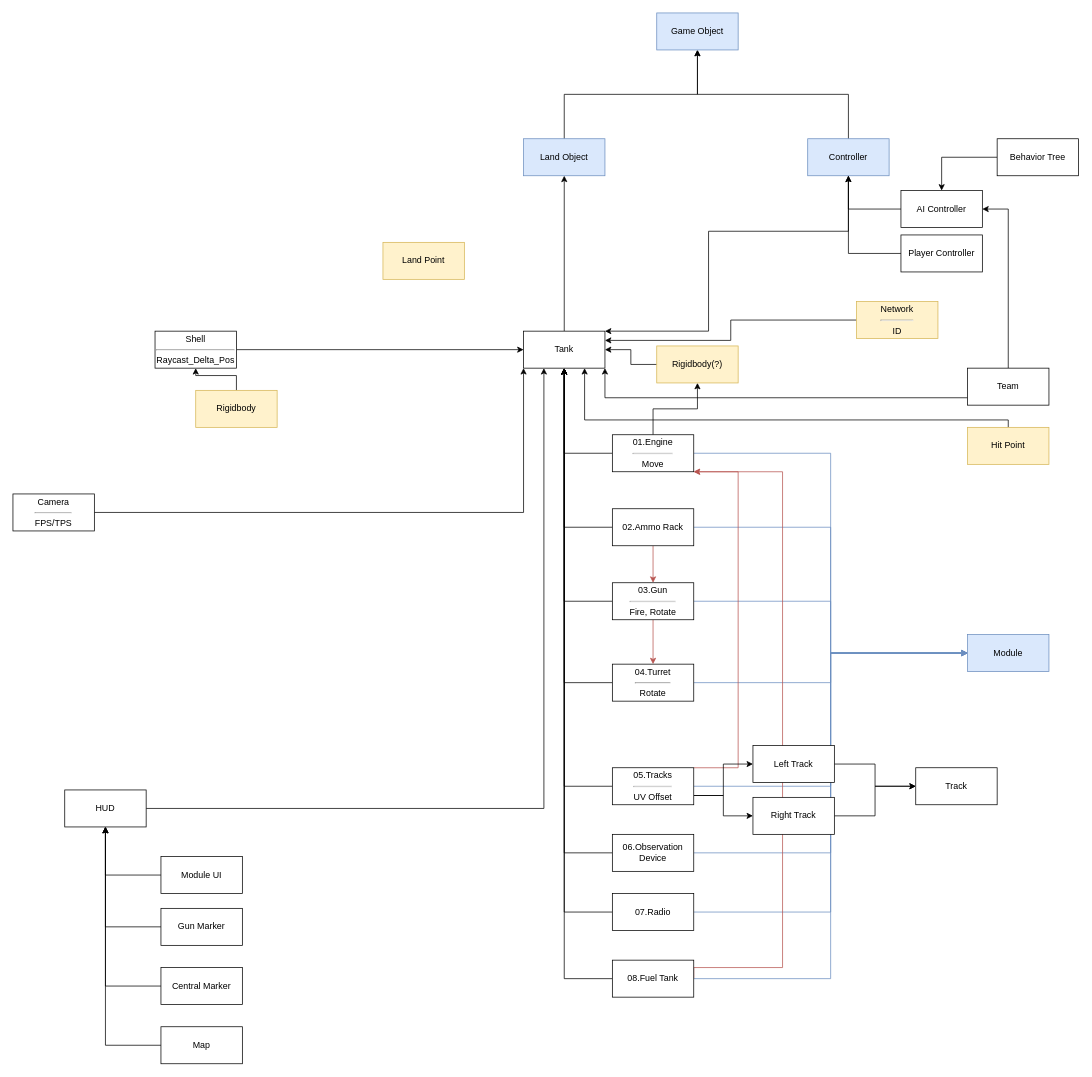
Above: Course/Month7_3D/World of Tank/World of Tank.drawio in nevido2042/JUSIN_STUDY (draw.io), before the change. Source tidied: cells renumbered, new cells numbered last; positions are measured from the earlier drawing's top-left corner, leaving out a move shared by most shapes. Both pictures are drawn from the tidied source at 74%, with x=0, y=0 at pixel (13, 13).
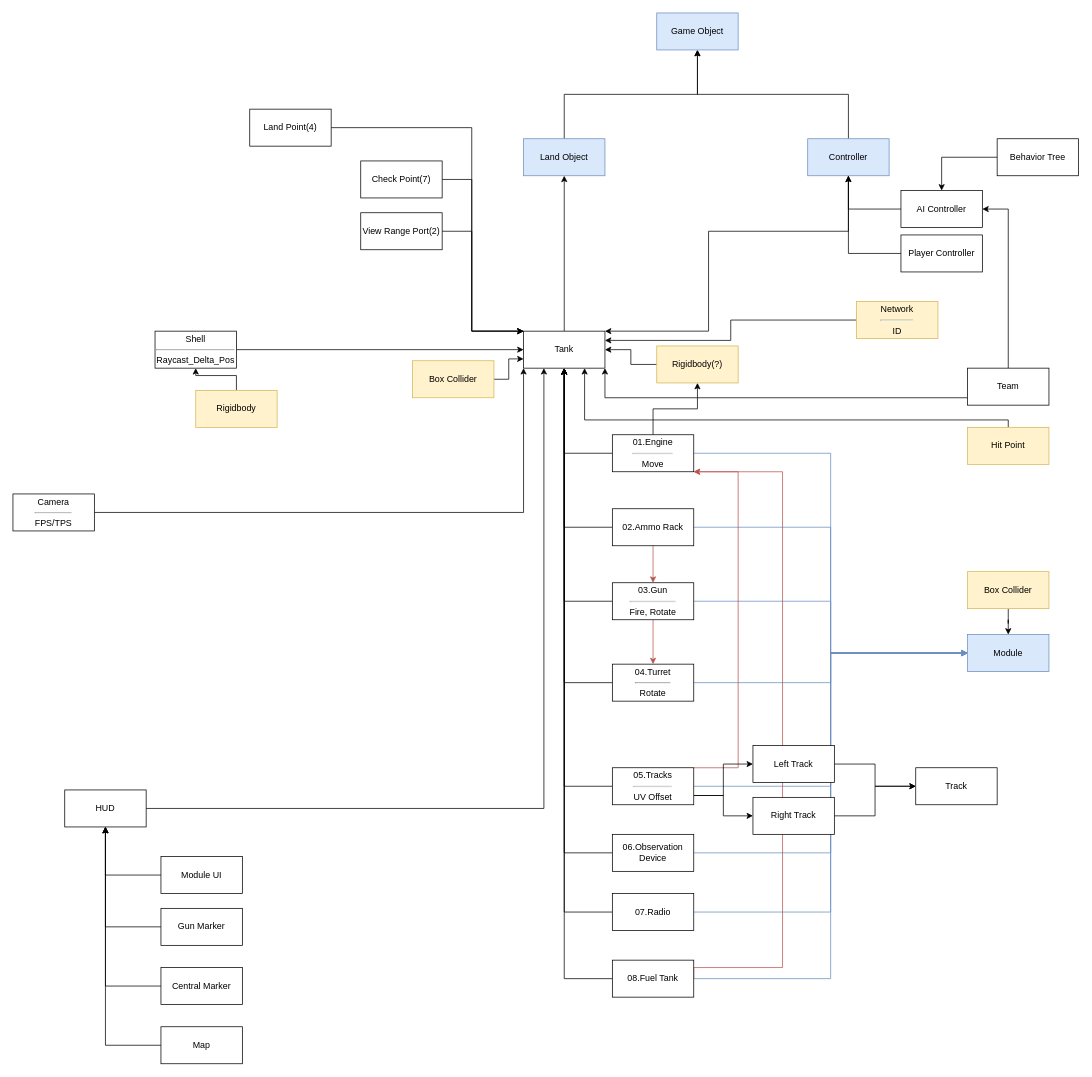
Above is the later version.

Unchanged cells that the change refers to:
```xml
<mxCell id="3" value="Tank" style="html=1;whiteSpace=wrap;noLabel=0;comic=0;" parent="1" vertex="1">
  <mxGeometry x="690" y="430" width="110" height="50" as="geometry" />
</mxCell>
<mxCell id="55" value="Module" style="html=1;whiteSpace=wrap;comic=0;strokeColor=#6c8ebf;align=center;verticalAlign=middle;fontFamily=Helvetica;fontSize=12;fillColor=#dae8fc;" parent="1" vertex="1">
  <mxGeometry x="1290" y="840" width="110" height="50" as="geometry" />
</mxCell>
```

Diff of the diagram source:
```diff
@@
+    <mxCell id="80" style="edgeStyle=orthogonalEdgeStyle;rounded=0;jettySize=auto;html=1;entryX=0;entryY=0;entryDx=0;entryDy=0;" parent="1" edge="1" source="79" target="3">
+      <mxGeometry relative="1" as="geometry">
+        <Array as="points">
+          <mxPoint x="620" y="225" />
+          <mxPoint x="620" y="430" />
+        </Array>
+      </mxGeometry>
+    </mxCell>
-    <mxCell id="79" value="Land Point" style="html=1;whiteSpace=wrap;noLabel=0;comic=0;fillColor=#fff2cc;strokeColor=#d6b656;" parent="1" vertex="1">
-      <mxGeometry x="500" y="310" width="110" height="50" as="geometry" />
+    <mxCell id="79" value="Check Point(7)" style="html=1;whiteSpace=wrap;noLabel=0;comic=0;" parent="1" vertex="1">
+      <mxGeometry x="470" y="200" width="110" height="50" as="geometry" />
     </mxCell>
+    <mxCell id="81" style="edgeStyle=orthogonalEdgeStyle;rounded=0;jettySize=auto;html=1;entryX=0;entryY=0;entryDx=0;entryDy=0;" parent="1" edge="1" source="82" target="3">
+      <mxGeometry relative="1" as="geometry">
+        <Array as="points">
+          <mxPoint x="620" y="295" />
+          <mxPoint x="620" y="430" />
+        </Array>
+      </mxGeometry>
+    </mxCell>
+    <mxCell id="82" value="View Range Port(2)" style="html=1;whiteSpace=wrap;noLabel=0;comic=0;" parent="1" vertex="1">
+      <mxGeometry x="470" y="270" width="110" height="50" as="geometry" />
+    </mxCell>
+    <mxCell id="83" style="edgeStyle=orthogonalEdgeStyle;rounded=0;jettySize=auto;html=1;entryX=0;entryY=0;entryDx=0;entryDy=0;" parent="1" edge="1" source="84" target="3">
+      <mxGeometry relative="1" as="geometry">
+        <Array as="points">
+          <mxPoint x="620" y="155" />
+          <mxPoint x="620" y="430" />
+        </Array>
+      </mxGeometry>
+    </mxCell>
+    <mxCell id="84" value="Land Point(4)" style="html=1;whiteSpace=wrap;noLabel=0;comic=0;" parent="1" vertex="1">
+      <mxGeometry x="320" y="130" width="110" height="50" as="geometry" />
+    </mxCell>
+    <mxCell id="85" style="edgeStyle=orthogonalEdgeStyle;rounded=0;jettySize=auto;html=1;entryX=0;entryY=0.75;entryDx=0;entryDy=0;" parent="1" edge="1" source="86" target="3">
+      <mxGeometry relative="1" as="geometry" />
+    </mxCell>
+    <mxCell id="86" value="Box Collider" style="html=1;whiteSpace=wrap;comic=0;strokeColor=#d6b656;align=center;verticalAlign=middle;fontFamily=Helvetica;fontSize=12;fillColor=#fff2cc;" parent="1" vertex="1">
+      <mxGeometry x="540" y="470" width="110" height="50" as="geometry" />
+    </mxCell>
+    <mxCell id="87" style="edgeStyle=orthogonalEdgeStyle;rounded=0;jettySize=auto;html=1;entryX=0.5;entryY=0;entryDx=0;entryDy=0;" parent="1" edge="1" source="88" target="55">
+      <mxGeometry relative="1" as="geometry" />
+    </mxCell>
+    <mxCell id="88" value="Box Collider" style="html=1;whiteSpace=wrap;comic=0;strokeColor=#d6b656;align=center;verticalAlign=middle;fontFamily=Helvetica;fontSize=12;fillColor=#fff2cc;" parent="1" vertex="1">
+      <mxGeometry x="1290" y="755" width="110" height="50" as="geometry" />
+    </mxCell>
```
